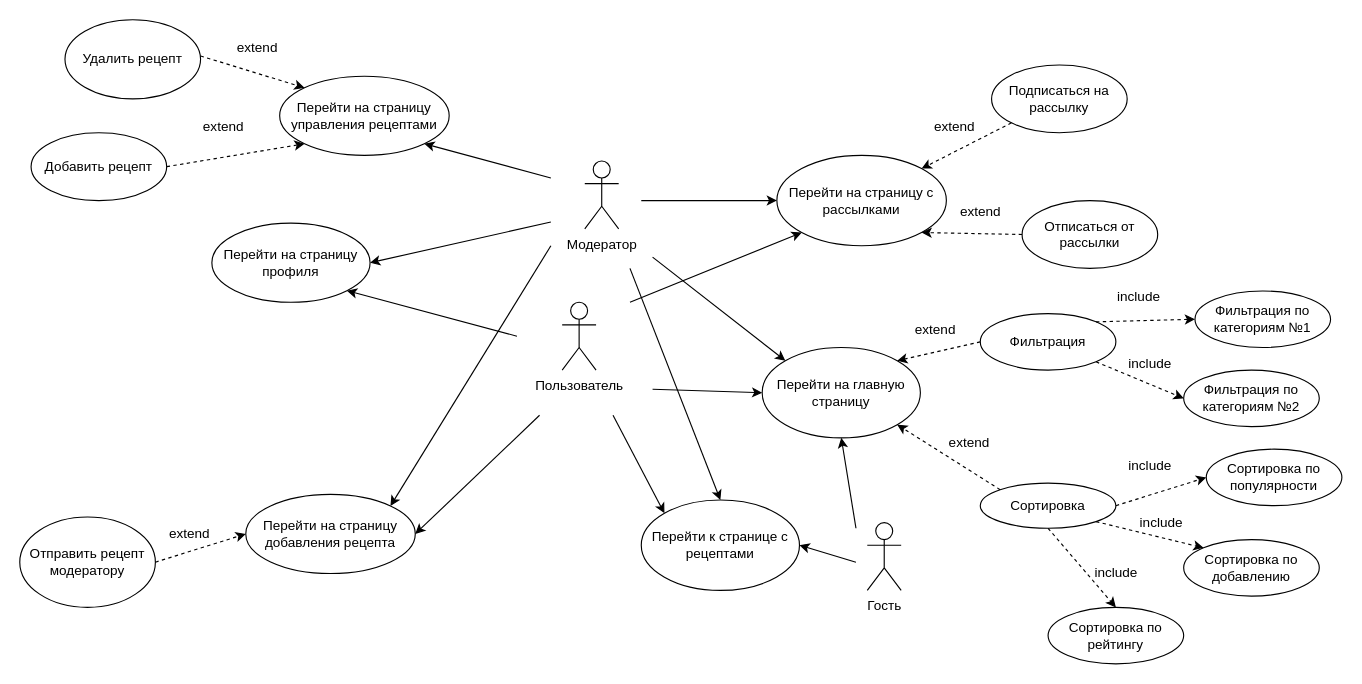
The draw.io diagram img/Диаграмма без названия.drawio in Discordiks/Pink_girls, before the edit. Source tidied: cells renumbered, new cells numbered last; positions are measured from the earlier drawing's top-left corner, leaving out a move shared by most shapes. Both pictures are drawn from the tidied source at 113%, with x=0, y=0 at pixel (19, 19).
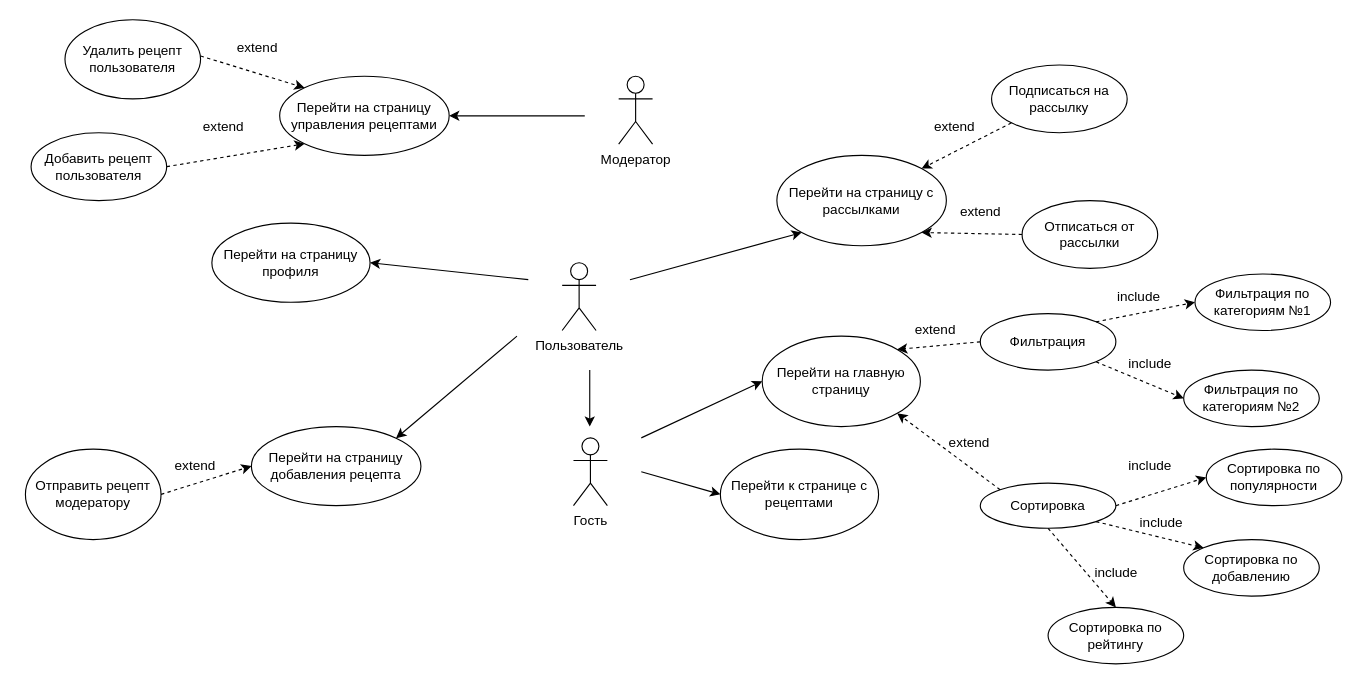
Above is the later version.

The change refers to these unchanged cells:
```xml
<mxCell id="5" value="Перейти на страницу профиля" style="ellipse;whiteSpace=wrap;html=1;" parent="1" vertex="1">
  <mxGeometry x="170" y="180" width="140" height="70" as="geometry" />
</mxCell>
<mxCell id="8" value="Перейти на страницу с рассылками" style="ellipse;whiteSpace=wrap;html=1;" parent="1" vertex="1">
  <mxGeometry x="670" y="120" width="150" height="80" as="geometry" />
</mxCell>
<mxCell id="40" value="Перейти на страницу управления рецептами" style="ellipse;whiteSpace=wrap;html=1;" parent="1" vertex="1">
  <mxGeometry x="230" y="50" width="150" height="70" as="geometry" />
</mxCell>
```

What changed in the source:
```diff
@@
     <mxCell id="2" value="Модератор" style="shape=umlActor;verticalLabelPosition=bottom;verticalAlign=top;html=1;" parent="1" vertex="1">
-      <mxGeometry x="500" y="125" width="30" height="60" as="geometry" />
+      <mxGeometry x="530" y="50" width="30" height="60" as="geometry" />
     </mxCell>
     <mxCell id="3" value="Пользователь" style="shape=umlActor;verticalLabelPosition=bottom;verticalAlign=top;html=1;" parent="1" vertex="1">
-      <mxGeometry x="480" y="250" width="30" height="60" as="geometry" />
+      <mxGeometry x="480" y="215" width="30" height="60" as="geometry" />
     </mxCell>
     <mxCell id="4" value="Перейти на главную страницу" style="ellipse;whiteSpace=wrap;html=1;" parent="1" vertex="1">
-      <mxGeometry x="657" y="290" width="140" height="80" as="geometry" />
+      <mxGeometry x="657" y="280" width="140" height="80" as="geometry" />
     </mxCell>
@@
     <mxCell id="6" value="Перейти к странице с рецептами" style="ellipse;whiteSpace=wrap;html=1;" parent="1" vertex="1">
-      <mxGeometry x="550" y="425" width="140" height="80" as="geometry" />
+      <mxGeometry x="620" y="380" width="140" height="80" as="geometry" />
     </mxCell>
     <mxCell id="7" value="Гость" style="shape=umlActor;verticalLabelPosition=bottom;verticalAlign=top;html=1;" parent="1" vertex="1">
-      <mxGeometry x="750" y="445" width="30" height="60" as="geometry" />
+      <mxGeometry x="490" y="370" width="30" height="60" as="geometry" />
     </mxCell>
@@
     <mxCell id="11" value="Перейти на страницу добавления рецепта" style="ellipse;whiteSpace=wrap;html=1;" parent="1" vertex="1">
-      <mxGeometry x="200" y="420" width="150" height="70" as="geometry" />
+      <mxGeometry x="205" y="360" width="150" height="70" as="geometry" />
     </mxCell>
@@
     <mxCell id="17" value="Фильтрация по категориям №1" style="ellipse;whiteSpace=wrap;html=1;" parent="1" vertex="1">
-      <mxGeometry x="1040" y="240" width="120" height="50" as="geometry" />
+      <mxGeometry x="1040" y="225" width="120" height="50" as="geometry" />
     </mxCell>
@@
-    <mxCell id="19" style="endArrow=classic;html=1;rounded=0;entryX=1;entryY=1;entryDx=0;entryDy=0;" parent="1" edge="1" target="5">
+    <mxCell id="19" style="endArrow=classic;html=1;rounded=0;entryX=1;entryY=0.5;entryDx=0;entryDy=0;" parent="1" edge="1" target="5">
       <mxGeometry relative="1" as="geometry">
-        <mxPoint x="440" y="280" as="sourcePoint" />
+        <mxPoint x="450" y="230" as="sourcePoint" />
       </mxGeometry>
     </mxCell>
-    <mxCell id="20" style="endArrow=classic;html=1;rounded=0;entryX=1;entryY=0;entryDx=0;entryDy=0;" parent="1" edge="1" target="11">
-      <mxGeometry relative="1" as="geometry">
-        <mxPoint x="470" y="200" as="sourcePoint" />
-      </mxGeometry>
-    </mxCell>
-    <mxCell id="21" style="endArrow=classic;html=1;rounded=0;entryX=0;entryY=0.5;entryDx=0;entryDy=0;" parent="1" edge="1" target="8">
-      <mxGeometry relative="1" as="geometry">
-        <mxPoint x="550" y="160" as="sourcePoint" />
-      </mxGeometry>
-    </mxCell>
-    <mxCell id="22" style="endArrow=classic;html=1;rounded=0;entryX=0;entryY=0;entryDx=0;entryDy=0;" parent="1" edge="1" target="4">
-      <mxGeometry relative="1" as="geometry">
-        <mxPoint x="560" y="210" as="sourcePoint" />
-      </mxGeometry>
-    </mxCell>
-    <mxCell id="23" style="endArrow=classic;html=1;rounded=0;entryX=1;entryY=0.5;entryDx=0;entryDy=0;" parent="1" edge="1" target="5">
-      <mxGeometry relative="1" as="geometry">
-        <mxPoint x="470" y="179" as="sourcePoint" />
-      </mxGeometry>
-    </mxCell>
-    <mxCell id="24" style="endArrow=classic;html=1;rounded=0;entryX=1;entryY=0.5;entryDx=0;entryDy=0;" parent="1" edge="1" target="11">
+    <mxCell id="24" style="endArrow=classic;html=1;rounded=0;entryX=1;entryY=0;entryDx=0;entryDy=0;" parent="1" edge="1" target="11">
       <mxGeometry relative="1" as="geometry">
-        <mxPoint x="460" y="350" as="sourcePoint" />
+        <mxPoint x="440" y="280" as="sourcePoint" />
       </mxGeometry>
     </mxCell>
     <mxCell id="25" style="endArrow=classic;html=1;rounded=0;entryX=0;entryY=1;entryDx=0;entryDy=0;" parent="1" edge="1" target="8">
       <mxGeometry relative="1" as="geometry">
-        <mxPoint x="540" y="250" as="sourcePoint" />
+        <mxPoint x="540" y="230" as="sourcePoint" />
       </mxGeometry>
     </mxCell>
-    <mxCell id="26" style="endArrow=classic;html=1;rounded=0;entryX=0;entryY=0.5;entryDx=0;entryDy=0;" parent="1" edge="1" target="4">
+    <mxCell id="26" style="endArrow=classic;html=1;rounded=0;" parent="1" edge="1">
       <mxGeometry relative="1" as="geometry">
-        <mxPoint x="560" y="327" as="sourcePoint" />
+        <mxPoint x="504.4" y="310" as="sourcePoint" />
+        <mxPoint x="504.4" y="360" as="targetPoint" />
       </mxGeometry>
     </mxCell>
-    <mxCell id="27" style="endArrow=classic;html=1;rounded=0;entryX=0;entryY=0;entryDx=0;entryDy=0;" parent="1" edge="1" target="6">
+    <mxCell id="27" style="endArrow=classic;html=1;rounded=0;entryX=0;entryY=0.5;entryDx=0;entryDy=0;" parent="1" edge="1" target="6">
       <mxGeometry relative="1" as="geometry">
-        <mxPoint x="525" y="350" as="sourcePoint" />
+        <mxPoint x="550" y="400" as="sourcePoint" />
       </mxGeometry>
     </mxCell>
-    <mxCell id="28" style="endArrow=classic;html=1;rounded=0;entryX=0.5;entryY=1;entryDx=0;entryDy=0;" parent="1" edge="1" target="4">
+    <mxCell id="28" style="endArrow=classic;html=1;rounded=0;entryX=0;entryY=0.5;entryDx=0;entryDy=0;" parent="1" edge="1" target="4">
       <mxGeometry relative="1" as="geometry">
-        <mxPoint x="740" y="450" as="sourcePoint" />
+        <mxPoint x="550" y="370" as="sourcePoint" />
       </mxGeometry>
     </mxCell>
-    <mxCell id="29" style="endArrow=classic;html=1;rounded=0;entryX=1;entryY=0.5;entryDx=0;entryDy=0;" parent="1" edge="1" target="6">
-      <mxGeometry relative="1" as="geometry">
-        <mxPoint x="740" y="480" as="sourcePoint" />
-      </mxGeometry>
-    </mxCell>
@@
-    <mxCell id="39" style="endArrow=classic;html=1;rounded=0;entryX=0.5;entryY=0;entryDx=0;entryDy=0;" parent="1" edge="1" target="6">
-      <mxGeometry relative="1" as="geometry">
-        <mxPoint x="540" y="220" as="sourcePoint" />
-      </mxGeometry>
-    </mxCell>
@@
     <mxCell id="41" value="Отправить рецепт модератору" style="ellipse;whiteSpace=wrap;html=1;" parent="1" vertex="1">
-      <mxGeometry y="440" width="120" height="80" as="geometry" />
+      <mxGeometry x="5" y="380" width="120" height="80" as="geometry" />
     </mxCell>
     <mxCell id="42" style="endArrow=classic;html=1;rounded=0;dashed=1;exitX=1;exitY=0.5;exitDx=0;exitDy=0;" parent="1" edge="1" source="41">
       <mxGeometry relative="1" as="geometry">
-        <mxPoint x="200" y="455" as="targetPoint" />
+        <mxPoint x="205" y="395" as="targetPoint" />
       </mxGeometry>
     </mxCell>
-    <mxCell id="43" style="endArrow=classic;html=1;rounded=0;entryX=1;entryY=1;entryDx=0;entryDy=0;" parent="1" edge="1" target="40">
+    <mxCell id="43" style="endArrow=classic;html=1;rounded=0;entryX=1;entryY=0.5;entryDx=0;entryDy=0;" parent="1" edge="1" target="40">
       <mxGeometry relative="1" as="geometry">
-        <mxPoint x="470" y="140" as="sourcePoint" />
+        <mxPoint x="500" y="85" as="sourcePoint" />
       </mxGeometry>
     </mxCell>
-    <mxCell id="44" value="Удалить рецепт" style="ellipse;whiteSpace=wrap;html=1;" parent="1" vertex="1">
+    <mxCell id="44" value="Удалить рецепт пользователя" style="ellipse;whiteSpace=wrap;html=1;" parent="1" vertex="1">
       <mxGeometry x="40" width="120" height="70" as="geometry" />
     </mxCell>
-    <mxCell id="45" value="Добавить рецепт" style="ellipse;whiteSpace=wrap;html=1;" parent="1" vertex="1">
+    <mxCell id="45" value="Добавить рецепт пользователя" style="ellipse;whiteSpace=wrap;html=1;" parent="1" vertex="1">
       <mxGeometry x="10" y="100" width="120" height="60" as="geometry" />
     </mxCell>
@@
     <mxCell id="50" value="extend" style="text;html=1;align=center;verticalAlign=middle;strokeColor=none;fillColor=none;" parent="1" vertex="1">
-      <mxGeometry x="120" y="440" width="60" height="30" as="geometry" />
+      <mxGeometry x="125" y="380" width="60" height="30" as="geometry" />
     </mxCell>
```
